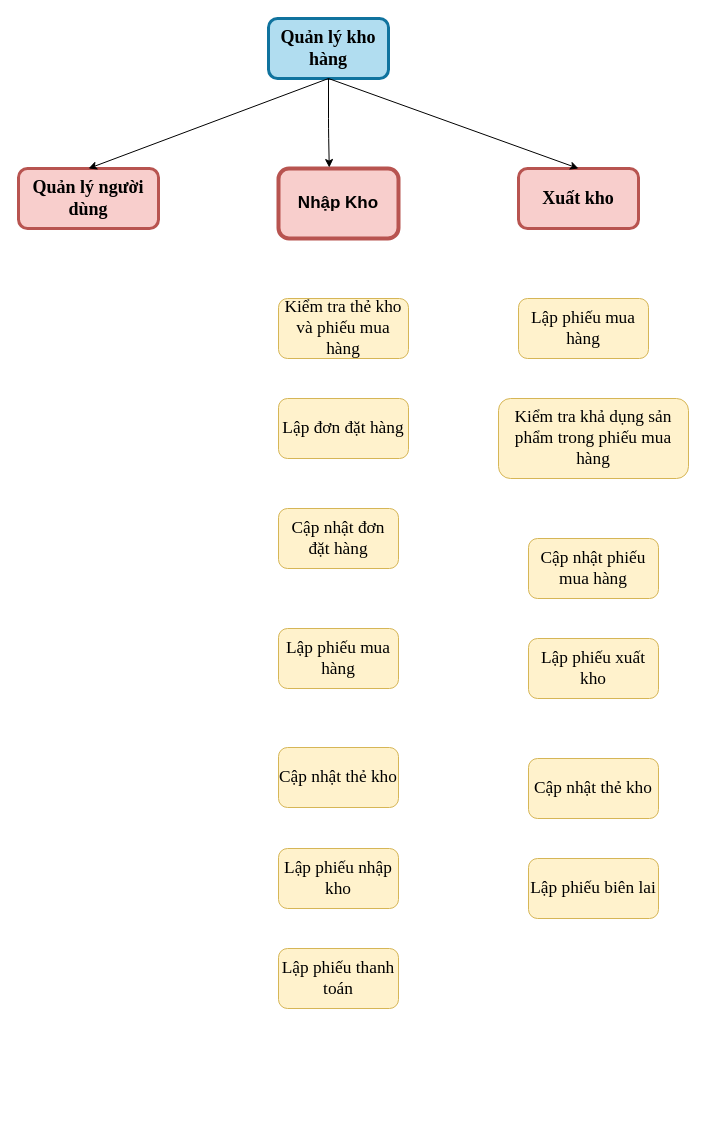
Above: page "Page-1" (1 of 3) of SystemAnalysis_PhanTichHeThong/BFD.drawio in phantranhieunhan/WharehouseManagement (draw.io), before the change. Source tidied: cells renumbered, new cells numbered last; positions are measured from the earlier drawing's top-left corner, leaving out a move shared by most shapes. Both pictures are drawn from the tidied source at 100%, with x=0, y=0 at pixel (18, 18).
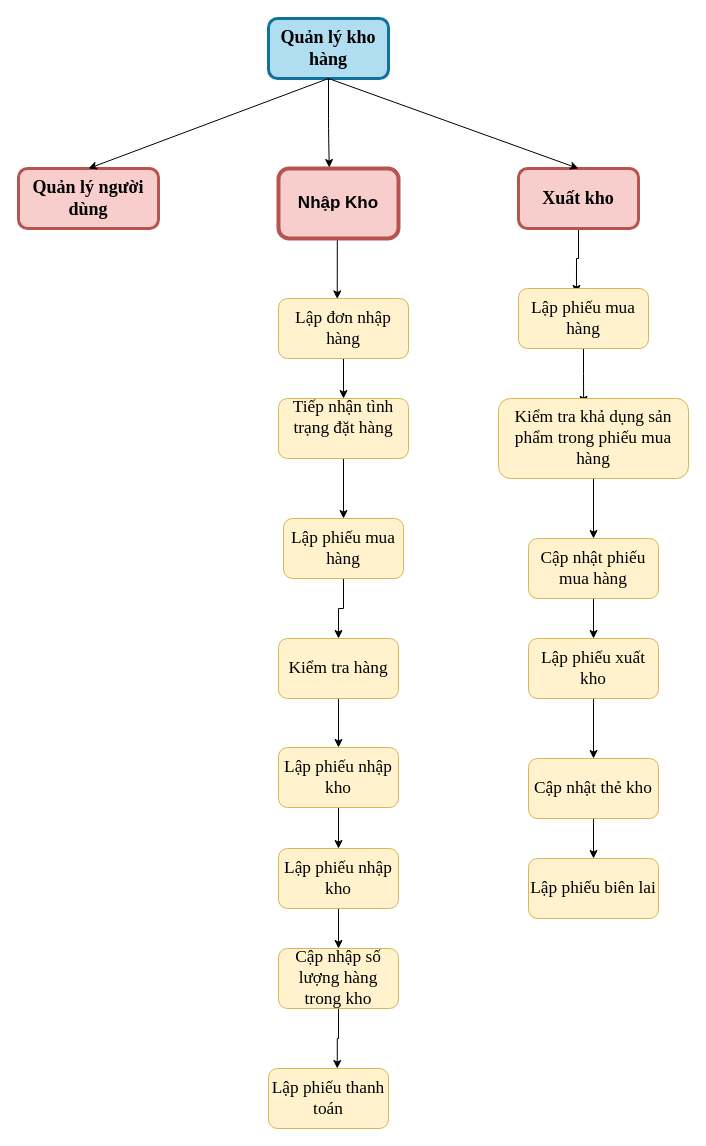
Above is the later version.

The change refers to these unchanged cells:
```xml
<mxCell id="3" value="&lt;b&gt;Xuất kho&lt;/b&gt;" style="rounded=1;whiteSpace=wrap;html=1;fillColor=#f8cecc;strokeColor=#b85450;strokeWidth=3;fontSize=18;align=center;fontFamily=Times New Roman;" parent="1" vertex="1">
  <mxGeometry x="500" y="150" width="120" height="60" as="geometry" />
</mxCell>
<mxCell id="9" value="&lt;font style=&quot;font-size: 17px&quot;&gt;&lt;b&gt;Nhập Kho&lt;/b&gt;&lt;/font&gt;" style="rounded=1;whiteSpace=wrap;html=1;fillColor=#f8cecc;strokeColor=#b85450;strokeWidth=4;" parent="1" vertex="1">
  <mxGeometry x="260" y="150" width="120" height="70" as="geometry" />
</mxCell>
<mxCell id="14" value="&lt;span style=&quot;font-size: 13.0pt ; font-family: &amp;#34;times new roman&amp;#34; , serif&quot;&gt;Kiểm tra khả dụng sản phẩm trong phiếu mua hàng&lt;br&gt;&lt;/span&gt;" style="rounded=1;whiteSpace=wrap;html=1;fillColor=#fff2cc;strokeColor=#d6b656;" parent="1" vertex="1">
  <mxGeometry x="480" y="380" width="190" height="80" as="geometry" />
</mxCell>
<mxCell id="15" value="&lt;span style=&quot;font-family: &amp;#34;times new roman&amp;#34; , serif ; font-size: 17.3333px&quot;&gt;Cập nhật phiếu mua hàng&lt;/span&gt;&lt;span style=&quot;font-size: 13.0pt ; font-family: &amp;#34;times new roman&amp;#34; , serif&quot;&gt;&lt;br&gt;&lt;/span&gt;" style="rounded=1;whiteSpace=wrap;html=1;fillColor=#fff2cc;strokeColor=#d6b656;" parent="1" vertex="1">
  <mxGeometry x="510" y="520" width="130" height="60" as="geometry" />
</mxCell>
<mxCell id="16" value="&lt;span style=&quot;font-size: 13.0pt ; font-family: &amp;#34;times new roman&amp;#34; , serif&quot;&gt;Lập phiếu xuất kho&lt;br&gt;&lt;/span&gt;" style="rounded=1;whiteSpace=wrap;html=1;fillColor=#fff2cc;strokeColor=#d6b656;" parent="1" vertex="1">
  <mxGeometry x="510" y="620" width="130" height="60" as="geometry" />
</mxCell>
<mxCell id="17" value="&lt;span style=&quot;font-size: 13.0pt ; font-family: &amp;#34;times new roman&amp;#34; , serif&quot;&gt;Cập nhật thẻ kho&lt;br&gt;&lt;/span&gt;" style="rounded=1;whiteSpace=wrap;html=1;fillColor=#fff2cc;strokeColor=#d6b656;" parent="1" vertex="1">
  <mxGeometry x="510" y="740" width="130" height="60" as="geometry" />
</mxCell>
<mxCell id="18" value="&lt;span style=&quot;font-size: 13.0pt ; font-family: &amp;#34;times new roman&amp;#34; , serif&quot;&gt;Lập phiếu biên lai&lt;br&gt;&lt;/span&gt;" style="rounded=1;whiteSpace=wrap;html=1;fillColor=#fff2cc;strokeColor=#d6b656;" parent="1" vertex="1">
  <mxGeometry x="510" y="840" width="130" height="60" as="geometry" />
</mxCell>
<mxCell id="20" value="&lt;font face=&quot;times new roman, serif&quot;&gt;&lt;span style=&quot;font-size: 17.3333px&quot;&gt;Lập phiếu nhập kho&lt;/span&gt;&lt;/font&gt;" style="rounded=1;whiteSpace=wrap;html=1;fillColor=#fff2cc;strokeColor=#d6b656;" parent="1" vertex="1">
  <mxGeometry x="260" y="830" width="120" height="60" as="geometry" />
</mxCell>
```

The edit, as a diff of the source:
```diff
@@
+    <mxCell id="22" style="edgeStyle=orthogonalEdgeStyle;rounded=0;jettySize=auto;html=1;entryX=0.446;entryY=0.083;entryDx=0;entryDy=0;entryPerimeter=0;" parent="1" edge="1" source="3" target="13">
+      <mxGeometry relative="1" as="geometry" />
+    </mxCell>
@@
+    <mxCell id="23" style="edgeStyle=orthogonalEdgeStyle;rounded=0;jettySize=auto;html=1;" parent="1" edge="1" source="5" target="7">
+      <mxGeometry relative="1" as="geometry" />
+    </mxCell>
     <mxCell id="5" value="&lt;font face=&quot;times new roman, serif&quot;&gt;&lt;span style=&quot;font-size: 17.3333px&quot;&gt;Lập phiếu mua hàng&lt;/span&gt;&lt;/font&gt;" style="rounded=1;whiteSpace=wrap;html=1;fillColor=#fff2cc;strokeColor=#d6b656;" parent="1" vertex="1">
-      <mxGeometry x="260" y="610" width="120" height="60" as="geometry" />
+      <mxGeometry x="265" y="500" width="120" height="60" as="geometry" />
     </mxCell>
+    <mxCell id="24" style="edgeStyle=orthogonalEdgeStyle;rounded=0;jettySize=auto;html=1;exitX=0.5;exitY=1;exitDx=0;exitDy=0;entryX=0.5;entryY=0;entryDx=0;entryDy=0;" parent="1" edge="1" source="6" target="5">
+      <mxGeometry relative="1" as="geometry" />
+    </mxCell>
-    <mxCell id="6" value="&lt;font face=&quot;times new roman, serif&quot;&gt;&lt;span style=&quot;font-size: 17.3333px&quot;&gt;Lập đơn đặt hàng&lt;/span&gt;&lt;/font&gt;" style="rounded=1;whiteSpace=wrap;html=1;fillColor=#fff2cc;strokeColor=#d6b656;" parent="1" vertex="1">
+    <mxCell id="6" value="&lt;font face=&quot;times new roman, serif&quot;&gt;&lt;span style=&quot;font-size: 17.3333px&quot;&gt;Tiếp nhận tình trạng đặt hàng&lt;br&gt;&lt;br&gt;&lt;/span&gt;&lt;/font&gt;" style="rounded=1;whiteSpace=wrap;html=1;fillColor=#fff2cc;strokeColor=#d6b656;" parent="1" vertex="1">
       <mxGeometry x="260" y="380" width="130" height="60" as="geometry" />
     </mxCell>
+    <mxCell id="25" style="edgeStyle=orthogonalEdgeStyle;rounded=0;jettySize=auto;html=1;entryX=0.5;entryY=0;entryDx=0;entryDy=0;" parent="1" edge="1" source="7" target="8">
+      <mxGeometry relative="1" as="geometry" />
+    </mxCell>
-    <mxCell id="7" value="&lt;font face=&quot;times new roman, serif&quot;&gt;&lt;span style=&quot;font-size: 17.3333px&quot;&gt;Cập nhật đơn đặt hàng&lt;/span&gt;&lt;/font&gt;" style="rounded=1;whiteSpace=wrap;html=1;fillColor=#fff2cc;strokeColor=#d6b656;" parent="1" vertex="1">
-      <mxGeometry x="260" y="490" width="120" height="60" as="geometry" />
+    <mxCell id="7" value="&lt;font face=&quot;times new roman, serif&quot;&gt;&lt;span style=&quot;font-size: 17.3333px&quot;&gt;Kiểm tra hàng&lt;/span&gt;&lt;/font&gt;" style="rounded=1;whiteSpace=wrap;html=1;fillColor=#fff2cc;strokeColor=#d6b656;" parent="1" vertex="1">
+      <mxGeometry x="260" y="620" width="120" height="60" as="geometry" />
     </mxCell>
+    <mxCell id="26" style="edgeStyle=orthogonalEdgeStyle;rounded=0;jettySize=auto;html=1;exitX=0.5;exitY=1;exitDx=0;exitDy=0;entryX=0.5;entryY=0;entryDx=0;entryDy=0;" parent="1" edge="1" source="8" target="20">
+      <mxGeometry relative="1" as="geometry" />
+    </mxCell>
-    <mxCell id="8" value="&lt;font face=&quot;times new roman, serif&quot;&gt;&lt;span style=&quot;font-size: 17.3333px&quot;&gt;Cập nhật thẻ kho&lt;/span&gt;&lt;/font&gt;" style="rounded=1;whiteSpace=wrap;html=1;fillColor=#fff2cc;strokeColor=#d6b656;" parent="1" vertex="1">
+    <mxCell id="8" value="&lt;font face=&quot;times new roman, serif&quot;&gt;&lt;span style=&quot;font-size: 17.3333px&quot;&gt;Lập phiếu nhập kho&lt;br&gt;&lt;/span&gt;&lt;/font&gt;" style="rounded=1;whiteSpace=wrap;html=1;fillColor=#fff2cc;strokeColor=#d6b656;" parent="1" vertex="1">
       <mxGeometry x="260" y="729" width="120" height="60" as="geometry" />
     </mxCell>
+    <mxCell id="27" style="edgeStyle=orthogonalEdgeStyle;rounded=0;jettySize=auto;html=1;exitX=0.5;exitY=1;exitDx=0;exitDy=0;entryX=0.452;entryY=0.007;entryDx=0;entryDy=0;entryPerimeter=0;" parent="1" edge="1" source="9" target="19">
+      <mxGeometry relative="1" as="geometry">
+        <Array as="points">
+          <mxPoint x="319" y="220" />
+        </Array>
+      </mxGeometry>
+    </mxCell>
@@
+    <mxCell id="28" style="edgeStyle=orthogonalEdgeStyle;rounded=0;jettySize=auto;html=1;entryX=0.448;entryY=0.073;entryDx=0;entryDy=0;entryPerimeter=0;" parent="1" edge="1" source="13" target="14">
+      <mxGeometry relative="1" as="geometry" />
+    </mxCell>
     <mxCell id="13" value="&lt;span style=&quot;font-size: 13.0pt ; font-family: &amp;#34;times new roman&amp;#34; , serif&quot;&gt;Lập&lt;/span&gt;&lt;span style=&quot;font-family: &amp;#34;times new roman&amp;#34; , serif ; font-size: 17.3333px&quot;&gt;&amp;nbsp;phiếu mua hàng&lt;/span&gt;&lt;span style=&quot;font-size: 13.0pt ; font-family: &amp;#34;times new roman&amp;#34; , serif&quot;&gt;&lt;br&gt;&lt;/span&gt;" style="rounded=1;whiteSpace=wrap;html=1;fillColor=#fff2cc;strokeColor=#d6b656;" parent="1" vertex="1">
-      <mxGeometry x="500" y="280" width="130" height="60" as="geometry" />
+      <mxGeometry x="500" y="270" width="130" height="60" as="geometry" />
     </mxCell>
+    <mxCell id="29" style="edgeStyle=orthogonalEdgeStyle;rounded=0;jettySize=auto;html=1;" parent="1" edge="1" source="14" target="15">
+      <mxGeometry relative="1" as="geometry" />
+    </mxCell>
@@
+    <mxCell id="30" style="edgeStyle=orthogonalEdgeStyle;rounded=0;jettySize=auto;html=1;" parent="1" edge="1" source="15" target="16">
+      <mxGeometry relative="1" as="geometry" />
+    </mxCell>
@@
+    <mxCell id="31" style="edgeStyle=orthogonalEdgeStyle;rounded=0;jettySize=auto;html=1;" parent="1" edge="1" source="16" target="17">
+      <mxGeometry relative="1" as="geometry" />
+    </mxCell>
@@
+    <mxCell id="32" style="edgeStyle=orthogonalEdgeStyle;rounded=0;jettySize=auto;html=1;" parent="1" edge="1" source="17" target="18">
+      <mxGeometry relative="1" as="geometry" />
+    </mxCell>
@@
+    <mxCell id="33" style="edgeStyle=orthogonalEdgeStyle;rounded=0;jettySize=auto;html=1;exitX=0.5;exitY=1;exitDx=0;exitDy=0;entryX=0.5;entryY=0;entryDx=0;entryDy=0;" parent="1" edge="1" source="19" target="6">
+      <mxGeometry relative="1" as="geometry" />
+    </mxCell>
-    <mxCell id="19" value="&lt;font face=&quot;times new roman, serif&quot;&gt;&lt;span style=&quot;font-size: 17.3333px&quot;&gt;Kiểm tra thẻ kho và phiếu mua hàng&lt;/span&gt;&lt;/font&gt;" style="rounded=1;whiteSpace=wrap;html=1;fillColor=#fff2cc;strokeColor=#d6b656;" parent="1" vertex="1">
+    <mxCell id="19" value="&lt;font face=&quot;times new roman, serif&quot;&gt;&lt;span style=&quot;font-size: 17.3333px&quot;&gt;Lập đơn nhập hàng&lt;br&gt;&lt;/span&gt;&lt;/font&gt;" style="rounded=1;whiteSpace=wrap;html=1;fillColor=#fff2cc;strokeColor=#d6b656;" parent="1" vertex="1">
       <mxGeometry x="260" y="280" width="130" height="60" as="geometry" />
     </mxCell>
+    <mxCell id="34" style="edgeStyle=orthogonalEdgeStyle;rounded=0;jettySize=auto;html=1;" parent="1" edge="1" source="20" target="21">
+      <mxGeometry relative="1" as="geometry" />
+    </mxCell>
@@
+    <mxCell id="35" style="edgeStyle=orthogonalEdgeStyle;rounded=0;jettySize=auto;html=1;exitX=0.5;exitY=1;exitDx=0;exitDy=0;entryX=0.573;entryY=0;entryDx=0;entryDy=0;entryPerimeter=0;" parent="1" edge="1" source="21" target="36">
+      <mxGeometry relative="1" as="geometry" />
+    </mxCell>
-    <mxCell id="21" value="&lt;font face=&quot;times new roman, serif&quot;&gt;&lt;span style=&quot;font-size: 17.3333px&quot;&gt;Lập phiếu thanh toán&lt;/span&gt;&lt;/font&gt;" style="rounded=1;whiteSpace=wrap;html=1;fillColor=#fff2cc;strokeColor=#d6b656;" parent="1" vertex="1">
+    <mxCell id="21" value="&lt;font face=&quot;times new roman, serif&quot;&gt;&lt;span style=&quot;font-size: 17.3333px&quot;&gt;Cập nhập số lượng hàng trong kho&lt;/span&gt;&lt;/font&gt;" style="rounded=1;whiteSpace=wrap;html=1;fillColor=#fff2cc;strokeColor=#d6b656;" parent="1" vertex="1">
       <mxGeometry x="260" y="930" width="120" height="60" as="geometry" />
     </mxCell>
+    <mxCell id="36" value="&lt;font face=&quot;times new roman, serif&quot;&gt;&lt;span style=&quot;font-size: 17.3333px&quot;&gt;Lập phiếu thanh toán&lt;/span&gt;&lt;/font&gt;" style="rounded=1;whiteSpace=wrap;html=1;fillColor=#fff2cc;strokeColor=#d6b656;" parent="1" vertex="1">
+      <mxGeometry x="250" y="1050" width="120" height="60" as="geometry" />
+    </mxCell>
```
